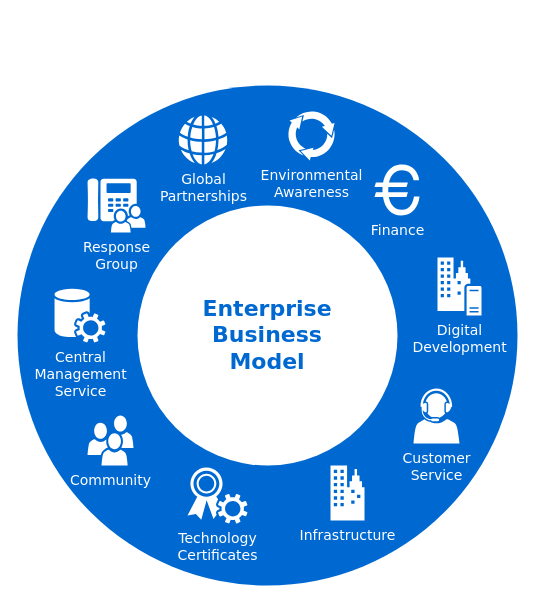
Above: ConsoleDeTest/Technologie_Ged.drawio in cfndiaye/algo (draw.io), before the change. Source tidied: cells renumbered, new cells numbered last; positions are measured from the earlier drawing's top-left corner, leaving out a move shared by most shapes. Both pictures are drawn from the tidied source at 100%, with x=0, y=0 at pixel (17, 85).
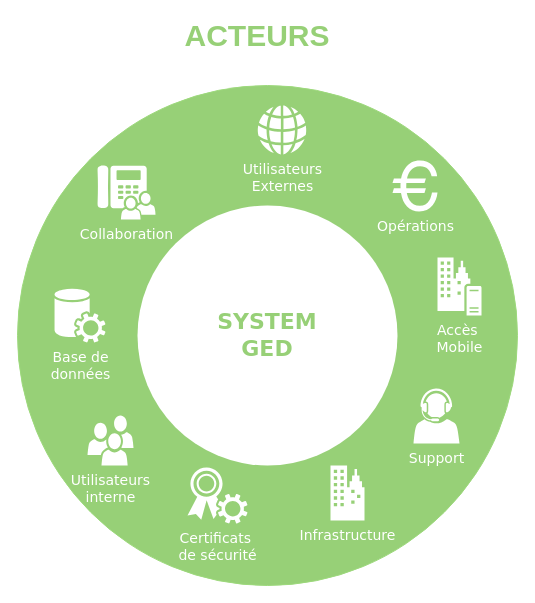
The same page after the edit.

The edit, as a diff of the source:
```diff
@@
 <mxGraphModel>
   <root>
     <mxCell id="0" />
     <mxCell id="1" parent="0" />
-    <mxCell id="2" style="ellipse;whiteSpace=wrap;html=1;rounded=0;shadow=0;comic=0;strokeWidth=1;fontFamily=Verdana;fontSize=14;strokeColor=none;fillColor=#0069D1;" parent="1" vertex="1">
+    <mxCell id="2" style="ellipse;whiteSpace=wrap;html=1;rounded=0;shadow=0;comic=0;strokeWidth=1;fontFamily=Verdana;fontSize=14;fillColor=#97D077;strokeColor=#9DD97C;" parent="1" vertex="1">
       <mxGeometry width="500" height="500" as="geometry" />
     </mxCell>
-    <mxCell id="3" value="Enterprise&lt;div&gt;Business&lt;/div&gt;&lt;div&gt;Model&lt;/div&gt;" style="ellipse;whiteSpace=wrap;html=1;rounded=0;shadow=0;comic=0;strokeWidth=1;fontFamily=Verdana;fontSize=22;strokeColor=none;fillColor=#ffffff;fontColor=#0069D1;fontStyle=1;" parent="1" vertex="1">
+    <mxCell id="3" value="SYSTEM&lt;br&gt;GED" style="ellipse;whiteSpace=wrap;html=1;rounded=0;shadow=0;comic=0;strokeWidth=1;fontFamily=Verdana;fontSize=22;strokeColor=none;fillColor=#ffffff;fontStyle=1;fontColor=#97D077;" parent="1" vertex="1">
       <mxGeometry x="120" y="120" width="260" height="260" as="geometry" />
     </mxCell>
-    <mxCell id="4" value="Community" style="shadow=0;dashed=0;html=1;strokeColor=none;fillColor=#ffffff;labelPosition=center;verticalLabelPosition=bottom;verticalAlign=top;shape=mxgraph.office.users.users;rounded=0;comic=0;fontFamily=Verdana;fontSize=14;fontColor=#FFFFFF;" parent="1" vertex="1">
+    <mxCell id="4" value="Utilisateurs&lt;br&gt;interne" style="shadow=0;dashed=0;html=1;strokeColor=none;fillColor=#ffffff;labelPosition=center;verticalLabelPosition=bottom;verticalAlign=top;shape=mxgraph.office.users.users;rounded=0;comic=0;fontFamily=Verdana;fontSize=14;fontColor=#FFFFFF;" parent="1" vertex="1">
       <mxGeometry x="70" y="330" width="46" height="50" as="geometry" />
     </mxCell>
-    <mxCell id="5" value="Customer&lt;div&gt;Service&lt;/div&gt;" style="shadow=0;dashed=0;html=1;strokeColor=none;fillColor=#ffffff;labelPosition=center;verticalLabelPosition=bottom;verticalAlign=top;shape=mxgraph.office.users.call_center_agent;rounded=0;comic=0;fontFamily=Verdana;fontSize=14;fontColor=#FFFFFF;" parent="1" vertex="1">
+    <mxCell id="5" value="Support&lt;br&gt;" style="shadow=0;dashed=0;html=1;strokeColor=none;fillColor=#ffffff;labelPosition=center;verticalLabelPosition=bottom;verticalAlign=top;shape=mxgraph.office.users.call_center_agent;rounded=0;comic=0;fontFamily=Verdana;fontSize=14;fontColor=#FFFFFF;" parent="1" vertex="1">
       <mxGeometry x="396" y="303" width="46" height="55" as="geometry" />
     </mxCell>
-    <mxCell id="6" value="Response&lt;div&gt;Group&lt;/div&gt;" style="shadow=0;dashed=0;html=1;strokeColor=none;fillColor=#ffffff;labelPosition=center;verticalLabelPosition=bottom;verticalAlign=top;shape=mxgraph.office.users.response_group;rounded=0;comic=0;fontFamily=Verdana;fontSize=14;fontColor=#FFFFFF;" parent="1" vertex="1">
-      <mxGeometry x="70" y="93" width="58" height="54" as="geometry" />
+    <mxCell id="6" value="Collaboration" style="shadow=0;dashed=0;html=1;strokeColor=none;fillColor=#ffffff;labelPosition=center;verticalLabelPosition=bottom;verticalAlign=top;shape=mxgraph.office.users.response_group;rounded=0;comic=0;fontFamily=Verdana;fontSize=14;fontColor=#FFFFFF;" parent="1" vertex="1">
+      <mxGeometry x="80" y="80" width="58" height="54" as="geometry" />
     </mxCell>
-    <mxCell id="7" value="Central&lt;div&gt;Management&lt;/div&gt;&lt;div&gt;Service&lt;/div&gt;" style="shadow=0;dashed=0;html=1;strokeColor=none;fillColor=#ffffff;labelPosition=center;verticalLabelPosition=bottom;verticalAlign=top;shape=mxgraph.office.services.central_management_service;rounded=0;comic=0;fontFamily=Verdana;fontSize=14;fontColor=#FFFFFF;" parent="1" vertex="1">
+    <mxCell id="7" value="Base de&lt;br&gt;données" style="shadow=0;dashed=0;html=1;strokeColor=none;fillColor=#ffffff;labelPosition=center;verticalLabelPosition=bottom;verticalAlign=top;shape=mxgraph.office.services.central_management_service;rounded=0;comic=0;fontFamily=Verdana;fontSize=14;fontColor=#FFFFFF;" parent="1" vertex="1">
       <mxGeometry x="37" y="203" width="51" height="54" as="geometry" />
     </mxCell>
-    <mxCell id="8" value="Digital&lt;div&gt;Development&lt;/div&gt;" style="shadow=0;dashed=0;html=1;strokeColor=none;fillColor=#ffffff;labelPosition=center;verticalLabelPosition=bottom;verticalAlign=top;shape=mxgraph.office.servers.on_premises_server;rounded=0;comic=0;fontFamily=Verdana;fontSize=14;fontColor=#FFFFFF;" parent="1" vertex="1">
+    <mxCell id="8" value="Accès&amp;nbsp;&lt;br&gt;Mobile" style="shadow=0;dashed=0;html=1;strokeColor=none;fillColor=#ffffff;labelPosition=center;verticalLabelPosition=bottom;verticalAlign=top;shape=mxgraph.office.servers.on_premises_server;rounded=0;comic=0;fontFamily=Verdana;fontSize=14;fontColor=#FFFFFF;" parent="1" vertex="1">
       <mxGeometry x="420" y="172" width="44" height="58" as="geometry" />
     </mxCell>
-    <mxCell id="9" value="Technology&lt;div&gt;Certificates&lt;/div&gt;" style="shadow=0;dashed=0;html=1;strokeColor=none;fillColor=#ffffff;labelPosition=center;verticalLabelPosition=bottom;verticalAlign=top;shape=mxgraph.office.security.token_service;rounded=0;comic=0;fontFamily=Verdana;fontSize=14;fontColor=#FFFFFF;" parent="1" vertex="1">
+    <mxCell id="9" value="Certificats&amp;nbsp;&lt;br&gt;de sécurité" style="shadow=0;dashed=0;html=1;strokeColor=none;fillColor=#ffffff;labelPosition=center;verticalLabelPosition=bottom;verticalAlign=top;shape=mxgraph.office.security.token_service;rounded=0;comic=0;fontFamily=Verdana;fontSize=14;fontColor=#FFFFFF;" parent="1" vertex="1">
       <mxGeometry x="170" y="382" width="60" height="56" as="geometry" />
     </mxCell>
     <mxCell id="10" value="Infrastructure" style="shadow=0;dashed=0;html=1;strokeColor=none;fillColor=#ffffff;labelPosition=center;verticalLabelPosition=bottom;verticalAlign=top;shape=mxgraph.office.concepts.on_premises;rounded=0;comic=0;fontFamily=Verdana;fontSize=14;fontColor=#FFFFFF;" parent="1" vertex="1">
       <mxGeometry x="313" y="380" width="34" height="55" as="geometry" />
     </mxCell>
-    <mxCell id="11" value="Global&lt;div&gt;Partnerships&lt;/div&gt;" style="shadow=0;dashed=0;html=1;strokeColor=none;fillColor=#ffffff;labelPosition=center;verticalLabelPosition=bottom;verticalAlign=top;shape=mxgraph.office.concepts.globe_internet;rounded=0;comic=0;fontFamily=Verdana;fontSize=14;fontColor=#FFFFFF;" parent="1" vertex="1">
-      <mxGeometry x="161" y="30" width="49" height="49" as="geometry" />
+    <mxCell id="11" value="Utilisateurs &lt;br&gt;Externes" style="shadow=0;dashed=0;html=1;strokeColor=none;fillColor=#ffffff;labelPosition=center;verticalLabelPosition=bottom;verticalAlign=top;shape=mxgraph.office.concepts.globe_internet;rounded=0;comic=0;fontFamily=Verdana;fontSize=14;fontColor=#FFFFFF;" parent="1" vertex="1">
+      <mxGeometry x="240" y="20" width="49" height="49" as="geometry" />
     </mxCell>
-    <mxCell id="12" value="Environmental&lt;div&gt;Awareness&lt;/div&gt;" style="shadow=0;dashed=0;html=1;strokeColor=none;shape=mxgraph.mscae.general.continuous_cycle;fillColor=#ffffff;rounded=0;comic=0;fontFamily=Verdana;fontSize=14;fontColor=#FFFFFF;verticalAlign=top;labelPosition=center;verticalLabelPosition=bottom;align=center;" parent="1" vertex="1">
-      <mxGeometry x="270" y="25" width="48" height="50" as="geometry" />
-    </mxCell>
-    <mxCell id="13" value="Finance" style="shape=mxgraph.signs.travel.euro;html=1;fillColor=#ffffff;strokeColor=none;verticalLabelPosition=bottom;verticalAlign=top;align=center;rounded=0;shadow=0;dashed=0;comic=0;fontFamily=Verdana;fontSize=14;fontColor=#FFFFFF;" parent="1" vertex="1">
-      <mxGeometry x="357" y="79" width="45" height="51" as="geometry" />
+    <mxCell id="13" value="Opérations" style="shape=mxgraph.signs.travel.euro;html=1;fillColor=#ffffff;strokeColor=none;verticalLabelPosition=bottom;verticalAlign=top;align=center;rounded=0;shadow=0;dashed=0;comic=0;fontFamily=Verdana;fontSize=14;fontColor=#FFFFFF;" parent="1" vertex="1">
+      <mxGeometry x="375" y="75" width="45" height="51" as="geometry" />
     </mxCell>
+    <mxCell id="14" value="ACTEURS" style="text;html=1;strokeColor=none;fillColor=none;align=center;verticalAlign=middle;whiteSpace=wrap;rounded=0;fontColor=#97D077;fontStyle=1;fontSize=30;labelBackgroundColor=none;horizontal=1;" parent="1" vertex="1">
+      <mxGeometry x="220" y="-60" width="40" height="20" as="geometry" />
+    </mxCell>
   </root>
 </mxGraphModel>
```
